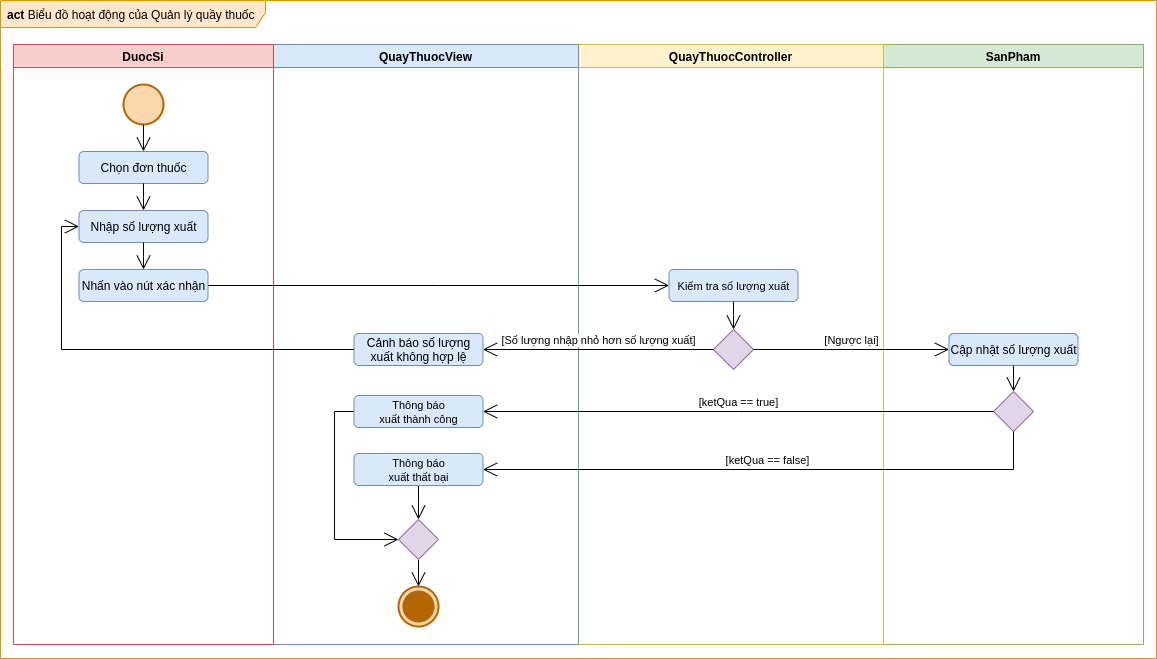
Before: images/Activity Diagram/Manage drugstore.png, a diagram exported from draw.io (luclegen/medicine16). Source tidied: cells renumbered, new cells last; positions are measured from the earlier drawing's top-left corner, leaving out a move shared by most shapes.
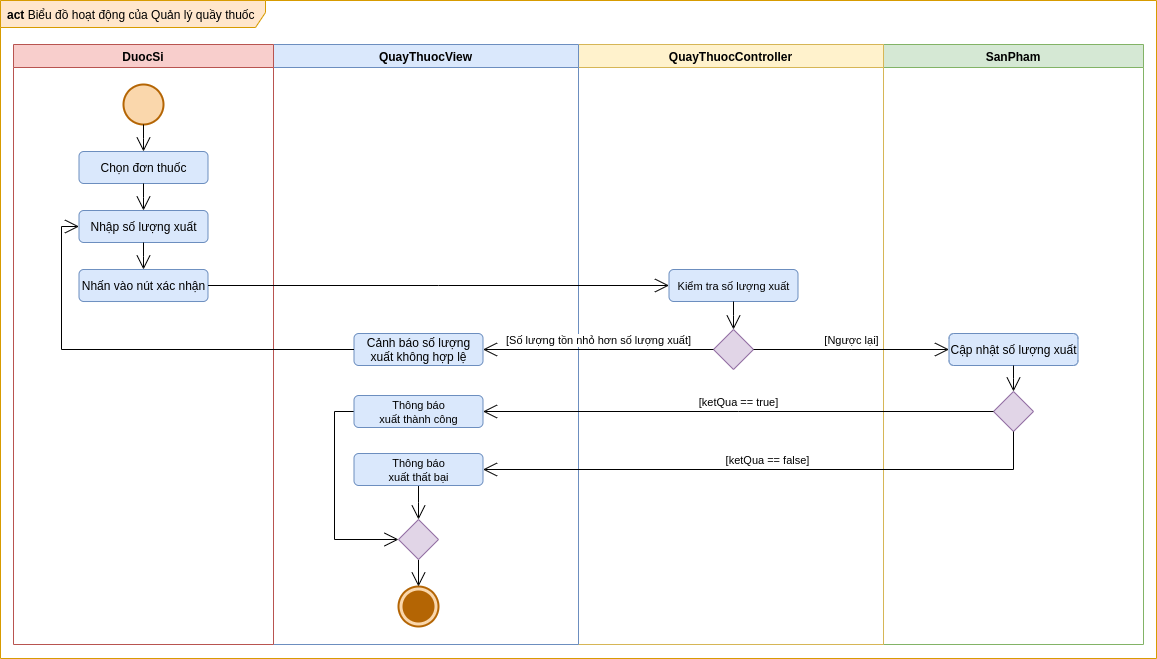
After the commit.

Commit message:
Update Manage drugstore

What changed in the source:
```diff
@@ -71,7 +71,7 @@
     <mxCell id="24" style="edgeStyle=elbowEdgeStyle;html=1;elbow=vertical;endArrow=open;rounded=0;verticalAlign=bottom;endSize=12;exitX=1;exitY=0.5;exitDx=0;exitDy=0;entryX=0;entryY=0.5;entryDx=0;entryDy=0;" parent="1" edge="1" source="22" target="8">
       <mxGeometry relative="1" as="geometry" />
     </mxCell>
-    <mxCell id="25" value="&lt;div&gt;[Số lượng nhập nhỏ hơn số lượng xuất]&lt;/div&gt;" style="edgeStyle=elbowEdgeStyle;html=1;elbow=vertical;verticalAlign=bottom;endArrow=open;rounded=0;endSize=12;entryX=1;entryY=0.5;entryDx=0;entryDy=0;align=center;" parent="1" edge="1" source="9" target="14">
+    <mxCell id="25" value="&lt;div&gt;[Số lượng tồn nhỏ hơn số lượng xuất]&lt;/div&gt;" style="edgeStyle=elbowEdgeStyle;html=1;elbow=vertical;verticalAlign=bottom;endArrow=open;rounded=0;endSize=12;entryX=1;entryY=0.5;entryDx=0;entryDy=0;align=center;" parent="1" edge="1" source="9" target="14">
       <mxGeometry relative="1" as="geometry" />
     </mxCell>
     <mxCell id="26" value="[Ngược lại]" style="edgeStyle=elbowEdgeStyle;html=1;elbow=vertical;verticalAlign=bottom;endArrow=open;rounded=0;endSize=12;labelBorderColor=none;labelBackgroundColor=#FFFFFF;entryX=0;entryY=0.5;entryDx=0;entryDy=0;" parent="1" edge="1" source="9" target="4">
```
